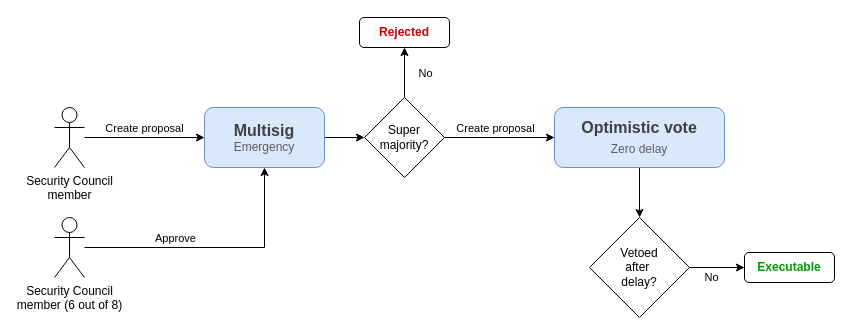
This is page "Emergency proposal flow" (3 of 7) of diagrams.drawio from aragon/taiko-contracts, a draw.io file, before an edit. Source tidied: cells renumbered, new cells numbered last; positions are measured from the earlier drawing's top-left corner, leaving out a move shared by most shapes. Both pictures are drawn from the tidied source at 100%, with x=0, y=0 at pixel (54, 17).
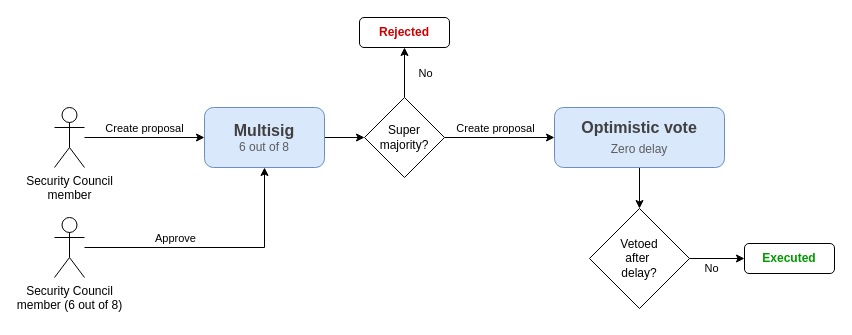
The same diagram, later.

Change to the diagram source:
```diff
@@
-    <mxCell id="6" value="&lt;font size=&quot;1&quot; color=&quot;#404040&quot; style=&quot;&quot;&gt;&lt;b style=&quot;font-size: 16px;&quot;&gt;Multisig&lt;/b&gt;&lt;/font&gt;&lt;div&gt;&lt;font color=&quot;#5c5c5c&quot; style=&quot;font-size: 12px;&quot;&gt;Emergency&lt;/font&gt;&lt;/div&gt;" style="rounded=1;whiteSpace=wrap;html=1;fillColor=#dae8fc;strokeColor=#6c8ebf;" parent="1" vertex="1">
+    <mxCell id="6" value="&lt;font size=&quot;1&quot; color=&quot;#404040&quot; style=&quot;&quot;&gt;&lt;b style=&quot;font-size: 16px;&quot;&gt;Multisig&lt;/b&gt;&lt;/font&gt;&lt;div&gt;&lt;font color=&quot;#5c5c5c&quot; style=&quot;font-size: 12px;&quot;&gt;6 out of 8&lt;/font&gt;&lt;/div&gt;" style="rounded=1;whiteSpace=wrap;html=1;fillColor=#dae8fc;strokeColor=#6c8ebf;" parent="1" vertex="1">
       <mxGeometry x="150" y="90" width="120" height="60" as="geometry" />
     </mxCell>
@@
     <mxCell id="19" value="Vetoed&lt;div&gt;after&amp;nbsp;&lt;/div&gt;&lt;div&gt;delay?&lt;/div&gt;" style="rhombus;whiteSpace=wrap;html=1;" parent="1" vertex="1">
-      <mxGeometry x="535" y="200" width="100" height="100" as="geometry" />
+      <mxGeometry x="535" y="191" width="100" height="100" as="geometry" />
     </mxCell>
-    <mxCell id="20" value="Executable" style="rounded=1;whiteSpace=wrap;html=1;fontColor=#009900;fontStyle=1;" parent="1" vertex="1">
-      <mxGeometry x="690" y="235" width="90" height="30" as="geometry" />
+    <mxCell id="20" value="Executed" style="rounded=1;whiteSpace=wrap;html=1;fontColor=#009900;fontStyle=1;" parent="1" vertex="1">
+      <mxGeometry x="690" y="226" width="90" height="30" as="geometry" />
     </mxCell>
```
